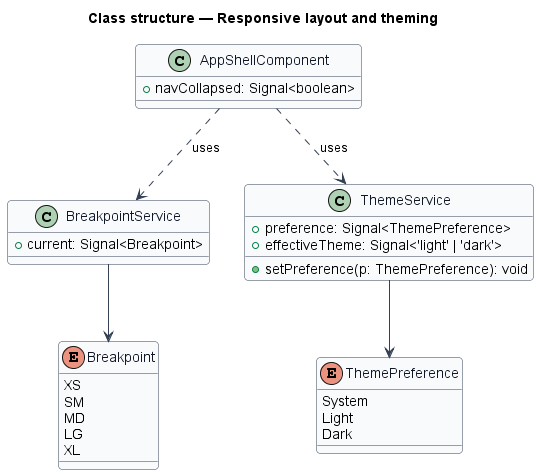
Before: docs/detailed-designs/platform/responsive-layout-and-theming/diagrams/class-structure.png, a diagram exported from PlantUML (QuinntyneBrown/faithtech-community). Source of this version:
```plantuml
@startuml
skinparam backgroundColor #FFFFFF
skinparam shadowing false
skinparam roundcorner 8
skinparam defaultFontName Arial
skinparam ArrowColor #344054
skinparam class {
  BorderColor #344054
  FontColor #101828
  BackgroundColor #F9FAFB
}
title Class structure — Responsive layout and theming
enum Breakpoint {
  XS
  SM
  MD
  LG
  XL
}
enum ThemePreference {
  System
  Light
  Dark
}
class BreakpointService {
  +current: Signal<Breakpoint>
}
class ThemeService {
  +preference: Signal<ThemePreference>
  +effectiveTheme: Signal<'light' | 'dark'>
  +setPreference(p: ThemePreference): void
}
class AppShellComponent {
  +navCollapsed: Signal<boolean>
}
BreakpointService --> Breakpoint
ThemeService --> ThemePreference
AppShellComponent ..> BreakpointService : uses
AppShellComponent ..> ThemeService : uses
@enduml
```
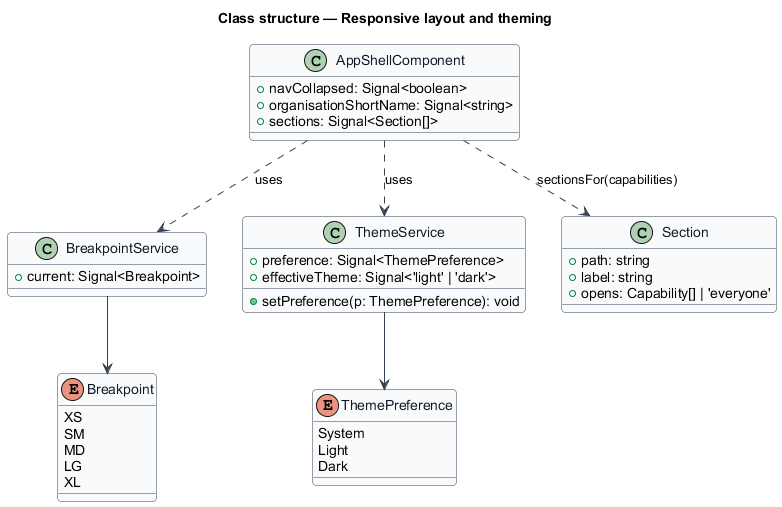
The same diagram one commit later.

The edit, as a diff of the source:
```diff
@@ -30,11 +30,19 @@
   +effectiveTheme: Signal<'light' | 'dark'>
   +setPreference(p: ThemePreference): void
 }
+class Section {
+  +path: string
+  +label: string
+  +opens: Capability[] | 'everyone'
+}
 class AppShellComponent {
   +navCollapsed: Signal<boolean>
+  +organisationShortName: Signal<string>
+  +sections: Signal<Section[]>
 }
 BreakpointService --> Breakpoint
 ThemeService --> ThemePreference
 AppShellComponent ..> BreakpointService : uses
 AppShellComponent ..> ThemeService : uses
+AppShellComponent ..> Section : sectionsFor(capabilities)
 @enduml
```
